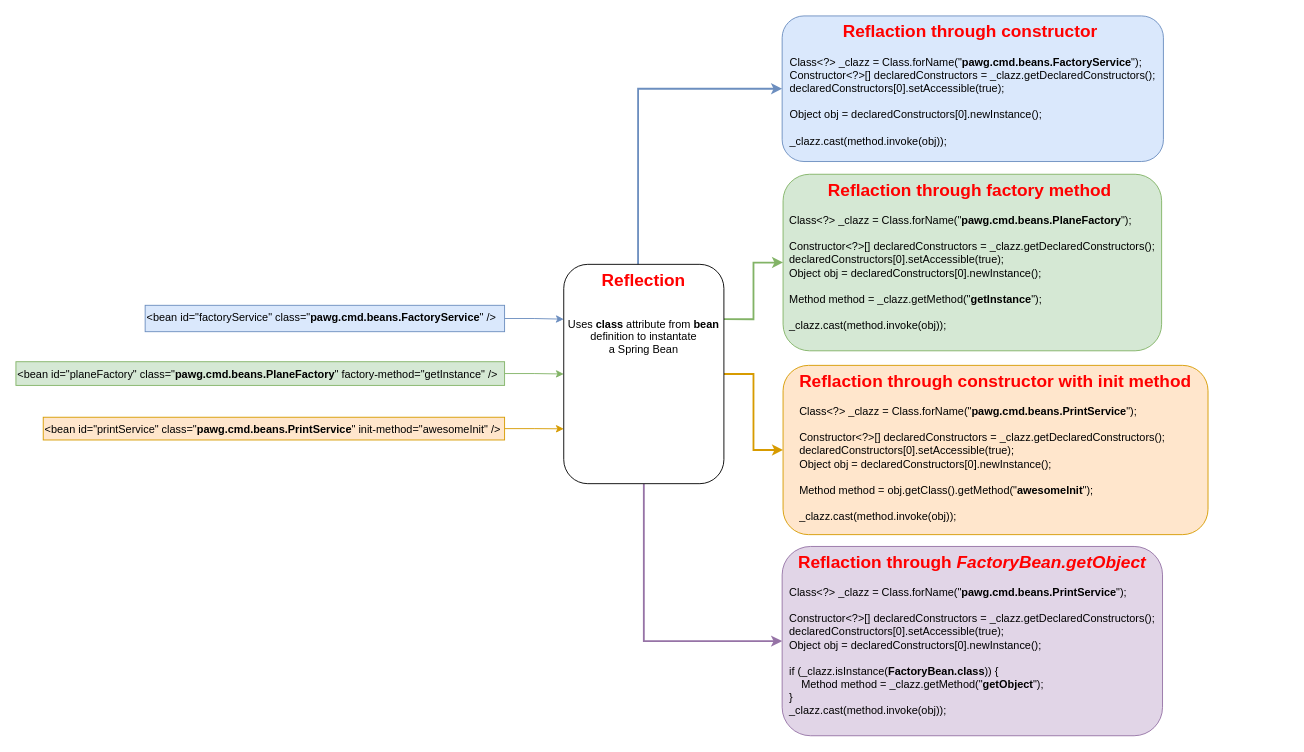
Earlier version of the draw.io diagram page "reflection" (7 of 7) of diagrams/spring.drawio (PreCyz/spring-and-boot-auto-configurer). Source tidied: cells renumbered, new cells numbered last; positions are measured from the earlier drawing's top-left corner, leaving out a move shared by most shapes. Both pictures are drawn from the tidied source at 91%, with x=0, y=0 at pixel (15, 15).
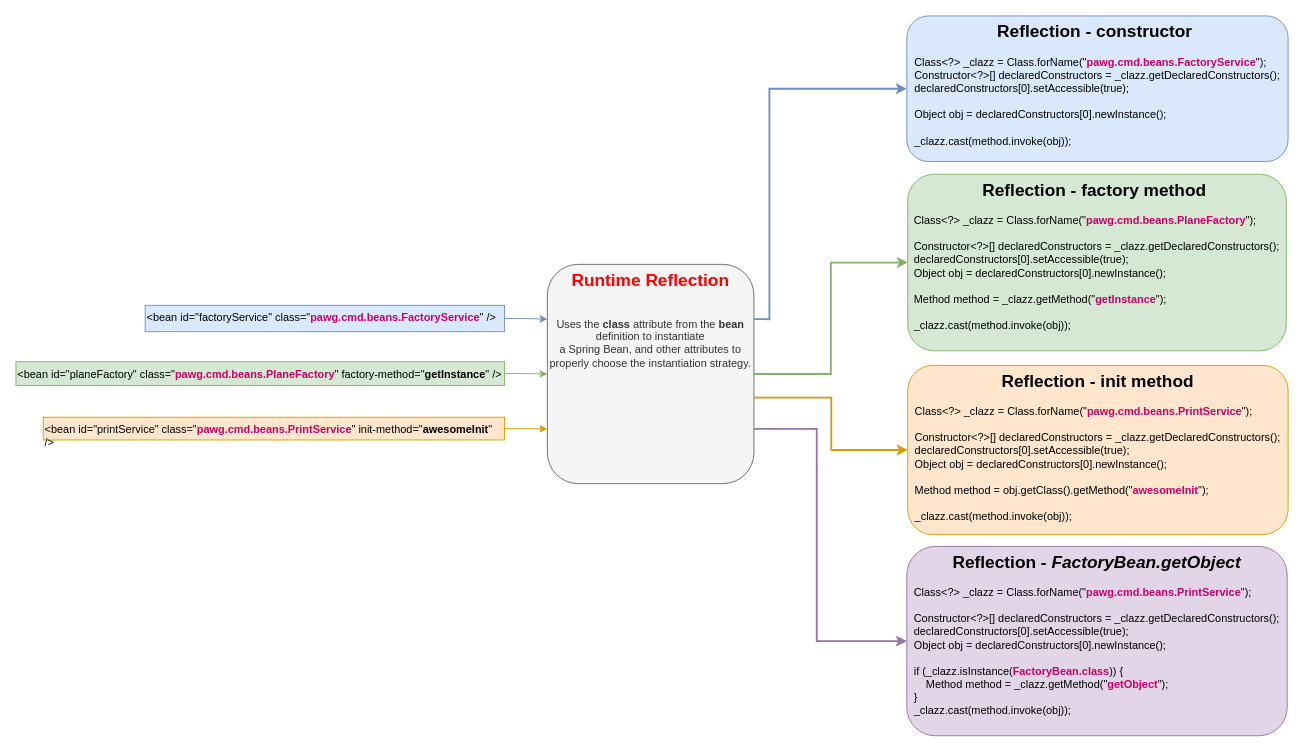
Above is the later version.

Change to the diagram source:
```diff
@@
-    <mxCell id="3" value="&lt;div&gt;&lt;span style=&quot;background-color: transparent; color: light-dark(rgb(0, 0, 0), rgb(255, 255, 255));&quot;&gt;&amp;lt;bean id=&quot;planeFactory&quot; class=&quot;&lt;/span&gt;&lt;b style=&quot;background-color: transparent; color: light-dark(rgb(0, 0, 0), rgb(255, 255, 255));&quot;&gt;pawg.cmd.beans.PlaneFactory&lt;/b&gt;&lt;span style=&quot;background-color: transparent; color: light-dark(rgb(0, 0, 0), rgb(255, 255, 255));&quot;&gt;&quot; factory-method=&quot;getInstance&quot; /&amp;gt;&lt;/span&gt;&lt;/div&gt;" style="text;html=1;align=left;verticalAlign=top;whiteSpace=wrap;rounded=0;fillColor=#d5e8d4;strokeColor=#82b366;" parent="1" vertex="1">
+    <mxCell id="3" value="&lt;div&gt;&lt;span style=&quot;background-color: transparent; color: light-dark(rgb(0, 0, 0), rgb(255, 255, 255));&quot;&gt;&amp;lt;bean id=&quot;planeFactory&quot; class=&quot;&lt;/span&gt;&lt;b style=&quot;background-color: transparent;&quot;&gt;&lt;font style=&quot;color: light-dark(rgb(204, 0, 102), rgb(255, 255, 255));&quot;&gt;pawg.cmd.beans.PlaneFactory&lt;/font&gt;&lt;/b&gt;&lt;span style=&quot;background-color: transparent; color: light-dark(rgb(0, 0, 0), rgb(255, 255, 255));&quot;&gt;&quot; factory-method=&quot;&lt;b&gt;getInstance&lt;/b&gt;&quot; /&amp;gt;&lt;/span&gt;&lt;/div&gt;" style="text;html=1;align=left;verticalAlign=top;whiteSpace=wrap;rounded=0;fillColor=#d5e8d4;strokeColor=#82b366;" parent="1" vertex="1">
       <mxGeometry y="380" width="537" height="26" as="geometry" />
     </mxCell>
-    <mxCell id="4" style="edgeStyle=orthogonalEdgeStyle;rounded=0;jettySize=auto;html=1;exitX=0.464;exitY=0.004;exitDx=0;exitDy=0;entryX=0;entryY=0.5;entryDx=0;entryDy=0;exitPerimeter=0;fillColor=#dae8fc;strokeColor=#6c8ebf;strokeWidth=2;" parent="1" edge="1" source="8" target="13">
-      <mxGeometry relative="1" as="geometry" />
+    <mxCell id="4" style="edgeStyle=orthogonalEdgeStyle;rounded=0;jettySize=auto;html=1;exitX=1;exitY=0.25;exitDx=0;exitDy=0;entryX=0;entryY=0.5;entryDx=0;entryDy=0;fillColor=#dae8fc;strokeColor=#6c8ebf;strokeWidth=2;" parent="1" edge="1" source="8" target="13">
+      <mxGeometry relative="1" as="geometry">
+        <Array as="points">
+          <mxPoint x="828" y="333" />
+          <mxPoint x="828" y="80" />
+        </Array>
+      </mxGeometry>
     </mxCell>
-    <mxCell id="5" style="edgeStyle=orthogonalEdgeStyle;rounded=0;jettySize=auto;html=1;exitX=1;exitY=0.25;exitDx=0;exitDy=0;entryX=0;entryY=0.5;entryDx=0;entryDy=0;fillColor=#d5e8d4;strokeColor=#82b366;strokeWidth=2;" parent="1" edge="1" source="8" target="14">
+    <mxCell id="5" style="edgeStyle=orthogonalEdgeStyle;rounded=0;jettySize=auto;html=1;exitX=1;exitY=0.5;exitDx=0;exitDy=0;entryX=0;entryY=0.5;entryDx=0;entryDy=0;fillColor=#d5e8d4;strokeColor=#82b366;strokeWidth=2;" parent="1" edge="1" source="8" target="14">
       <mxGeometry relative="1" as="geometry" />
     </mxCell>
-    <mxCell id="6" style="edgeStyle=orthogonalEdgeStyle;rounded=0;jettySize=auto;html=1;exitX=1;exitY=0.5;exitDx=0;exitDy=0;fillColor=#ffe6cc;strokeColor=#d79b00;strokeWidth=2;" parent="1" edge="1" source="8" target="15">
-      <mxGeometry relative="1" as="geometry" />
+    <mxCell id="6" style="edgeStyle=orthogonalEdgeStyle;rounded=0;jettySize=auto;html=1;exitX=1.001;exitY=0.608;exitDx=0;exitDy=0;fillColor=#ffe6cc;strokeColor=#d79b00;strokeWidth=2;exitPerimeter=0;" parent="1" edge="1" source="8" target="15">
+      <mxGeometry relative="1" as="geometry">
+        <Array as="points">
+          <mxPoint x="896" y="420" />
+          <mxPoint x="896" y="477" />
+        </Array>
+      </mxGeometry>
     </mxCell>
-    <mxCell id="7" style="edgeStyle=orthogonalEdgeStyle;rounded=0;jettySize=auto;html=1;exitX=0.5;exitY=1;exitDx=0;exitDy=0;entryX=0;entryY=0.5;entryDx=0;entryDy=0;fillColor=#e1d5e7;strokeColor=#9673a6;strokeWidth=2;" parent="1" edge="1" source="8" target="16">
-      <mxGeometry relative="1" as="geometry" />
+    <mxCell id="7" style="edgeStyle=orthogonalEdgeStyle;rounded=0;jettySize=auto;html=1;exitX=1;exitY=0.75;exitDx=0;exitDy=0;entryX=0;entryY=0.5;entryDx=0;entryDy=0;fillColor=#e1d5e7;strokeColor=#9673a6;strokeWidth=2;" parent="1" edge="1" source="8" target="16">
+      <mxGeometry relative="1" as="geometry">
+        <Array as="points">
+          <mxPoint x="880" y="454" />
+          <mxPoint x="880" y="687" />
+        </Array>
+      </mxGeometry>
     </mxCell>
-    <mxCell id="8" value="&lt;b&gt;&lt;font style=&quot;font-size: 19px; color: rgb(255, 0, 0);&quot;&gt;Reflection&lt;/font&gt;&lt;/b&gt;&lt;div&gt;&lt;br&gt;&lt;/div&gt;&lt;div&gt;&lt;br&gt;&lt;/div&gt;&lt;div&gt;Uses &lt;b&gt;class&lt;/b&gt; attribute from &lt;b&gt;bean&lt;/b&gt; definition to instantate&lt;/div&gt;&lt;div&gt;a Spring Bean&lt;/div&gt;" style="rounded=1;whiteSpace=wrap;html=1;verticalAlign=top;" parent="1" vertex="1">
-      <mxGeometry x="602" y="273" width="176" height="241" as="geometry" />
+    <mxCell id="8" value="&lt;b&gt;&lt;font style=&quot;font-size: 19px; color: rgb(255, 0, 0);&quot;&gt;Runtime Reflection&lt;/font&gt;&lt;/b&gt;&lt;div&gt;&lt;br&gt;&lt;/div&gt;&lt;div&gt;&lt;br&gt;&lt;/div&gt;&lt;div&gt;Uses the&amp;nbsp;&lt;b&gt;class&lt;/b&gt; attribute from the&amp;nbsp;&lt;b&gt;bean&lt;/b&gt; definition to instantiate&lt;/div&gt;&lt;div&gt;a Spring Bean, and other attributes to properly choose the instantiation strategy.&lt;/div&gt;" style="rounded=1;whiteSpace=wrap;html=1;verticalAlign=top;fillColor=#f5f5f5;fontColor=#333333;strokeColor=#666666;" parent="1" vertex="1">
+      <mxGeometry x="584" y="273" width="227" height="241" as="geometry" />
     </mxCell>
@@
-    <mxCell id="10" value="&lt;div&gt;&amp;lt;bean id=&quot;factoryService&quot; class=&quot;&lt;b&gt;pawg.cmd.beans.FactoryService&lt;/b&gt;&quot; /&amp;gt;&lt;/div&gt;" style="text;html=1;align=left;verticalAlign=top;whiteSpace=wrap;rounded=0;fillColor=#dae8fc;strokeColor=#6c8ebf;" parent="1" vertex="1">
+    <mxCell id="10" value="&lt;div&gt;&amp;lt;bean id=&quot;factoryService&quot; class=&quot;&lt;b&gt;&lt;font style=&quot;color: rgb(204, 0, 102);&quot;&gt;pawg.cmd.beans.FactoryService&lt;/font&gt;&lt;/b&gt;&quot; /&amp;gt;&lt;/div&gt;" style="text;html=1;align=left;verticalAlign=top;whiteSpace=wrap;rounded=0;fillColor=#dae8fc;strokeColor=#6c8ebf;" parent="1" vertex="1">
       <mxGeometry x="142" y="318" width="395" height="29" as="geometry" />
     </mxCell>
@@
-    <mxCell id="12" value="&lt;div&gt;&lt;span style=&quot;background-color: transparent; color: light-dark(rgb(0, 0, 0), rgb(255, 255, 255));&quot;&gt;&amp;lt;bean id=&quot;printService&quot; class=&quot;&lt;/span&gt;&lt;b style=&quot;background-color: transparent; color: light-dark(rgb(0, 0, 0), rgb(255, 255, 255));&quot;&gt;pawg.cmd.beans.PrintService&lt;/b&gt;&lt;span style=&quot;background-color: transparent; color: light-dark(rgb(0, 0, 0), rgb(255, 255, 255));&quot;&gt;&quot; init-method=&quot;awesomeInit&quot; /&amp;gt;&lt;/span&gt;&lt;/div&gt;" style="text;html=1;align=left;verticalAlign=top;whiteSpace=wrap;rounded=0;fillColor=#ffe6cc;strokeColor=#d79b00;" parent="1" vertex="1">
+    <mxCell id="12" value="&lt;div&gt;&lt;span style=&quot;background-color: transparent; color: light-dark(rgb(0, 0, 0), rgb(255, 255, 255));&quot;&gt;&amp;lt;bean id=&quot;printService&quot; class=&quot;&lt;/span&gt;&lt;b style=&quot;background-color: transparent;&quot;&gt;&lt;font style=&quot;color: light-dark(rgb(204, 0, 102), rgb(255, 255, 255));&quot;&gt;pawg.cmd.beans.PrintService&lt;/font&gt;&lt;/b&gt;&lt;span style=&quot;background-color: transparent; color: light-dark(rgb(0, 0, 0), rgb(255, 255, 255));&quot;&gt;&quot; init-method=&quot;&lt;b&gt;awesomeInit&lt;/b&gt;&quot; /&amp;gt;&lt;/span&gt;&lt;/div&gt;" style="text;html=1;align=left;verticalAlign=top;whiteSpace=wrap;rounded=0;fillColor=#ffe6cc;strokeColor=#d79b00;" parent="1" vertex="1">
       <mxGeometry x="30" y="441" width="507" height="25" as="geometry" />
     </mxCell>
-    <mxCell id="13" value="&lt;b&gt;&lt;font style=&quot;font-size: 19px; color: rgb(255, 0, 0);&quot;&gt;Reflaction through constructor&amp;nbsp;&lt;/font&gt;&lt;/b&gt;&lt;div&gt;&lt;br&gt;&lt;/div&gt;&lt;div&gt;&lt;div style=&quot;text-align: left;&quot;&gt;Class&amp;lt;?&amp;gt; _clazz = Class.forName(&quot;&lt;b&gt;pawg.cmd.beans.FactoryService&lt;/b&gt;&quot;);&lt;/div&gt;&lt;div style=&quot;text-align: left;&quot;&gt;Constructor&amp;lt;?&amp;gt;[] declaredConstructors = _clazz.getDeclaredConstructors();&lt;/div&gt;&lt;div style=&quot;text-align: left;&quot;&gt;declaredConstructors[0].setAccessible(true);&lt;/div&gt;&lt;div style=&quot;text-align: left;&quot;&gt;&lt;br&gt;&lt;/div&gt;&lt;div style=&quot;text-align: left;&quot;&gt;Object obj = declaredConstructors[0].newInstance();&lt;/div&gt;&lt;div style=&quot;text-align: left;&quot;&gt;&lt;br&gt;&lt;/div&gt;&lt;div style=&quot;text-align: left;&quot;&gt;_clazz.cast(method.invoke(obj));&lt;/div&gt;&lt;/div&gt;" style="rounded=1;whiteSpace=wrap;html=1;verticalAlign=top;fillColor=#dae8fc;strokeColor=#6c8ebf;" parent="1" vertex="1">
-      <mxGeometry x="842" width="419" height="160" as="geometry" />
+    <mxCell id="13" value="&lt;b&gt;&lt;font style=&quot;font-size: 19px; color: rgb(0, 0, 0);&quot;&gt;Reflection - constructor&lt;/font&gt;&lt;font style=&quot;font-size: 19px; color: rgb(255, 0, 0);&quot;&gt;&amp;nbsp;&lt;/font&gt;&lt;/b&gt;&lt;div&gt;&lt;br&gt;&lt;/div&gt;&lt;div&gt;&lt;div style=&quot;text-align: left;&quot;&gt;Class&amp;lt;?&amp;gt; _clazz = Class.forName(&quot;&lt;b&gt;&lt;font style=&quot;color: rgb(204, 0, 102);&quot;&gt;pawg.cmd.beans.FactoryService&lt;/font&gt;&lt;/b&gt;&quot;);&lt;/div&gt;&lt;div style=&quot;text-align: left;&quot;&gt;Constructor&amp;lt;?&amp;gt;[] declaredConstructors = _clazz.getDeclaredConstructors();&lt;/div&gt;&lt;div style=&quot;text-align: left;&quot;&gt;declaredConstructors[0].setAccessible(true);&lt;/div&gt;&lt;div style=&quot;text-align: left;&quot;&gt;&lt;br&gt;&lt;/div&gt;&lt;div style=&quot;text-align: left;&quot;&gt;Object obj = declaredConstructors[0].newInstance();&lt;/div&gt;&lt;div style=&quot;text-align: left;&quot;&gt;&lt;br&gt;&lt;/div&gt;&lt;div style=&quot;text-align: left;&quot;&gt;_clazz.cast(method.invoke(obj));&lt;/div&gt;&lt;/div&gt;" style="rounded=1;whiteSpace=wrap;html=1;verticalAlign=top;fillColor=#dae8fc;strokeColor=#6c8ebf;" parent="1" vertex="1">
+      <mxGeometry x="979" width="419" height="160" as="geometry" />
     </mxCell>
-    <mxCell id="14" value="&lt;b&gt;&lt;font style=&quot;font-size: 19px; color: rgb(255, 0, 0);&quot;&gt;Reflaction through factory method&amp;nbsp;&lt;/font&gt;&lt;/b&gt;&lt;div&gt;&lt;br&gt;&lt;/div&gt;&lt;div&gt;&lt;div style=&quot;text-align: left;&quot;&gt;&lt;div&gt;Class&amp;lt;?&amp;gt; _clazz = Class.forName(&quot;&lt;b style=&quot;color: light-dark(rgb(0, 0, 0), rgb(255, 255, 255)); background-color: transparent;&quot;&gt;pawg.cmd.beans.PlaneFactory&lt;/b&gt;&quot;);&lt;/div&gt;&lt;div&gt;&lt;div&gt;&lt;br&gt;&lt;/div&gt;&lt;div&gt;Constructor&amp;lt;?&amp;gt;[] declaredConstructors = _clazz.getDeclaredConstructors();&lt;/div&gt;&lt;div&gt;declaredConstructors[0].setAccessible(true);&lt;/div&gt;&lt;div&gt;Object obj = declaredConstructors[0].newInstance();&lt;/div&gt;&lt;/div&gt;&lt;div&gt;&lt;br&gt;&lt;/div&gt;&lt;div&gt;Method method = _clazz.getMethod(&quot;&lt;b&gt;getInstance&lt;/b&gt;&quot;);&lt;/div&gt;&lt;div&gt;&lt;br&gt;&lt;/div&gt;&lt;div&gt;_clazz.cast(method.invoke(obj));&lt;/div&gt;&lt;/div&gt;&lt;/div&gt;" style="rounded=1;whiteSpace=wrap;html=1;verticalAlign=top;fillColor=#d5e8d4;strokeColor=#82b366;" parent="1" vertex="1">
-      <mxGeometry x="843" y="174" width="416" height="194" as="geometry" />
+    <mxCell id="14" value="&lt;b&gt;&lt;font style=&quot;font-size: 19px; color: rgb(0, 0, 0);&quot;&gt;Reflection - factory method&lt;/font&gt;&lt;font style=&quot;font-size: 19px; color: rgb(255, 0, 0);&quot;&gt;&amp;nbsp;&lt;/font&gt;&lt;/b&gt;&lt;div&gt;&lt;br&gt;&lt;/div&gt;&lt;div&gt;&lt;div style=&quot;text-align: left;&quot;&gt;&lt;div&gt;Class&amp;lt;?&amp;gt; _clazz = Class.forName(&quot;&lt;b style=&quot;background-color: transparent;&quot;&gt;&lt;font style=&quot;color: light-dark(rgb(204, 0, 102), rgb(255, 255, 255));&quot;&gt;pawg.cmd.beans.PlaneFactory&lt;/font&gt;&lt;/b&gt;&quot;);&lt;/div&gt;&lt;div&gt;&lt;div&gt;&lt;br&gt;&lt;/div&gt;&lt;div&gt;Constructor&amp;lt;?&amp;gt;[] declaredConstructors = _clazz.getDeclaredConstructors();&lt;/div&gt;&lt;div&gt;declaredConstructors[0].setAccessible(true);&lt;/div&gt;&lt;div&gt;Object obj = declaredConstructors[0].newInstance();&lt;/div&gt;&lt;/div&gt;&lt;div&gt;&lt;br&gt;&lt;/div&gt;&lt;div&gt;Method method = _clazz.getMethod(&quot;&lt;b&gt;&lt;font style=&quot;color: rgb(204, 0, 102);&quot;&gt;getInstance&lt;/font&gt;&lt;/b&gt;&quot;);&lt;/div&gt;&lt;div&gt;&lt;br&gt;&lt;/div&gt;&lt;div&gt;_clazz.cast(method.invoke(obj));&lt;/div&gt;&lt;/div&gt;&lt;/div&gt;" style="rounded=1;whiteSpace=wrap;html=1;verticalAlign=top;fillColor=#d5e8d4;strokeColor=#82b366;" parent="1" vertex="1">
+      <mxGeometry x="980" y="174" width="416" height="194" as="geometry" />
     </mxCell>
-    <mxCell id="15" value="&lt;b&gt;&lt;font style=&quot;font-size: 19px; color: rgb(255, 0, 0);&quot;&gt;Reflaction through constructor with init method&lt;/font&gt;&lt;/b&gt;&lt;div&gt;&lt;br&gt;&lt;/div&gt;&lt;div&gt;&lt;div style=&quot;text-align: left;&quot;&gt;&lt;div&gt;Class&amp;lt;?&amp;gt; _clazz = Class.forName(&quot;&lt;b style=&quot;color: light-dark(rgb(0, 0, 0), rgb(255, 255, 255)); background-color: transparent;&quot;&gt;pawg.cmd.beans.PrintService&lt;/b&gt;&quot;);&lt;/div&gt;&lt;div&gt;&lt;br&gt;&lt;/div&gt;&lt;div&gt;Constructor&amp;lt;?&amp;gt;[] declaredConstructors = _clazz.getDeclaredConstructors();&lt;/div&gt;&lt;div&gt;declaredConstructors[0].setAccessible(true);&lt;/div&gt;&lt;div&gt;Object obj = declaredConstructors[0].newInstance();&lt;/div&gt;&lt;div&gt;&lt;br&gt;&lt;/div&gt;&lt;div&gt;Method method = obj.getClass().getMethod(&quot;&lt;b&gt;awesomeInit&lt;/b&gt;&quot;);&lt;/div&gt;&lt;div&gt;&lt;br&gt;&lt;/div&gt;&lt;div&gt;_clazz.cast(method.invoke(obj));&lt;/div&gt;&lt;/div&gt;&lt;/div&gt;" style="rounded=1;whiteSpace=wrap;html=1;verticalAlign=top;fillColor=#ffe6cc;strokeColor=#d79b00;" parent="1" vertex="1">
-      <mxGeometry x="843" y="384" width="467" height="186" as="geometry" />
+    <mxCell id="15" value="&lt;b&gt;&lt;font style=&quot;font-size: 19px; color: rgb(0, 0, 0);&quot;&gt;Reflection - init method&lt;/font&gt;&lt;/b&gt;&lt;div&gt;&lt;br&gt;&lt;/div&gt;&lt;div&gt;&lt;div style=&quot;text-align: left;&quot;&gt;&lt;div&gt;Class&amp;lt;?&amp;gt; _clazz = Class.forName(&quot;&lt;b style=&quot;background-color: transparent;&quot;&gt;&lt;font style=&quot;color: light-dark(rgb(204, 0, 102), rgb(255, 255, 255));&quot;&gt;pawg.cmd.beans.PrintService&lt;/font&gt;&lt;/b&gt;&quot;);&lt;/div&gt;&lt;div&gt;&lt;br&gt;&lt;/div&gt;&lt;div&gt;Constructor&amp;lt;?&amp;gt;[] declaredConstructors = _clazz.getDeclaredConstructors();&lt;/div&gt;&lt;div&gt;declaredConstructors[0].setAccessible(true);&lt;/div&gt;&lt;div&gt;Object obj = declaredConstructors[0].newInstance();&lt;/div&gt;&lt;div&gt;&lt;br&gt;&lt;/div&gt;&lt;div&gt;Method method = obj.getClass().getMethod(&quot;&lt;b&gt;&lt;font style=&quot;color: rgb(204, 0, 102);&quot;&gt;awesomeInit&lt;/font&gt;&lt;/b&gt;&quot;);&lt;/div&gt;&lt;div&gt;&lt;br&gt;&lt;/div&gt;&lt;div&gt;_clazz.cast(method.invoke(obj));&lt;/div&gt;&lt;/div&gt;&lt;/div&gt;" style="rounded=1;whiteSpace=wrap;html=1;verticalAlign=top;fillColor=#ffe6cc;strokeColor=#d79b00;" parent="1" vertex="1">
+      <mxGeometry x="980" y="384" width="418" height="186" as="geometry" />
     </mxCell>
-    <mxCell id="16" value="&lt;b&gt;&lt;font style=&quot;font-size: 19px; color: rgb(255, 0, 0);&quot;&gt;Reflaction through &lt;i&gt;FactoryBean.getObject&lt;/i&gt;&lt;/font&gt;&lt;/b&gt;&lt;div&gt;&lt;br&gt;&lt;/div&gt;&lt;div&gt;&lt;div style=&quot;text-align: left;&quot;&gt;&lt;div&gt;Class&amp;lt;?&amp;gt; _clazz = Class.forName(&quot;&lt;b style=&quot;color: light-dark(rgb(0, 0, 0), rgb(255, 255, 255)); background-color: transparent;&quot;&gt;pawg.cmd.beans.PrintService&lt;/b&gt;&quot;);&lt;/div&gt;&lt;div&gt;&lt;div&gt;&lt;br&gt;&lt;/div&gt;&lt;div&gt;Constructor&amp;lt;?&amp;gt;[] declaredConstructors = _clazz.getDeclaredConstructors();&lt;/div&gt;&lt;div&gt;declaredConstructors[0].setAccessible(true);&lt;/div&gt;&lt;div&gt;Object obj = declaredConstructors[0].newInstance();&lt;/div&gt;&lt;/div&gt;&lt;div&gt;&lt;br&gt;&lt;/div&gt;&lt;div&gt;&lt;div&gt;if (_clazz.isInstance(&lt;b&gt;FactoryBean.class&lt;/b&gt;)) {&lt;/div&gt;&lt;div&gt;&lt;span style=&quot;background-color: transparent; color: light-dark(rgb(0, 0, 0), rgb(255, 255, 255));&quot;&gt;&amp;nbsp; &amp;nbsp; Method method = _clazz.getMethod(&quot;&lt;/span&gt;&lt;b style=&quot;background-color: transparent; color: light-dark(rgb(0, 0, 0), rgb(255, 255, 255));&quot;&gt;getObject&lt;/b&gt;&lt;span style=&quot;background-color: transparent; color: light-dark(rgb(0, 0, 0), rgb(255, 255, 255));&quot;&gt;&quot;);&lt;/span&gt;&lt;/div&gt;&lt;div&gt;}&lt;/div&gt;&lt;/div&gt;&lt;div&gt;&lt;span style=&quot;background-color: transparent; color: light-dark(rgb(0, 0, 0), rgb(255, 255, 255));&quot;&gt;_clazz.cast(method.invoke(obj));&lt;/span&gt;&lt;/div&gt;&lt;/div&gt;&lt;/div&gt;" style="rounded=1;whiteSpace=wrap;html=1;verticalAlign=top;fillColor=#e1d5e7;strokeColor=#9673a6;" parent="1" vertex="1">
-      <mxGeometry x="842" y="583" width="418" height="208" as="geometry" />
+    <mxCell id="16" value="&lt;b&gt;&lt;font style=&quot;font-size: 19px; color: rgb(0, 0, 0);&quot;&gt;Reflection - &lt;i style=&quot;&quot;&gt;FactoryBean.getObject&lt;/i&gt;&lt;/font&gt;&lt;/b&gt;&lt;div&gt;&lt;br&gt;&lt;/div&gt;&lt;div&gt;&lt;div style=&quot;text-align: left;&quot;&gt;&lt;div&gt;Class&amp;lt;?&amp;gt; _clazz = Class.forName(&quot;&lt;b style=&quot;background-color: transparent;&quot;&gt;&lt;font style=&quot;color: light-dark(rgb(204, 0, 102), rgb(255, 255, 255));&quot;&gt;pawg.cmd.beans.PrintService&lt;/font&gt;&lt;/b&gt;&quot;);&lt;/div&gt;&lt;div&gt;&lt;div&gt;&lt;br&gt;&lt;/div&gt;&lt;div&gt;Constructor&amp;lt;?&amp;gt;[] declaredConstructors = _clazz.getDeclaredConstructors();&lt;/div&gt;&lt;div&gt;declaredConstructors[0].setAccessible(true);&lt;/div&gt;&lt;div&gt;Object obj = declaredConstructors[0].newInstance();&lt;/div&gt;&lt;/div&gt;&lt;div&gt;&lt;br&gt;&lt;/div&gt;&lt;div&gt;&lt;div&gt;if (_clazz.isInstance(&lt;b&gt;&lt;font style=&quot;color: rgb(204, 0, 102);&quot;&gt;FactoryBean.class&lt;/font&gt;&lt;/b&gt;)) {&lt;/div&gt;&lt;div&gt;&lt;span style=&quot;background-color: transparent; color: light-dark(rgb(0, 0, 0), rgb(255, 255, 255));&quot;&gt;&amp;nbsp; &amp;nbsp; Method method = _clazz.getMethod(&quot;&lt;/span&gt;&lt;b style=&quot;background-color: transparent;&quot;&gt;&lt;font style=&quot;color: light-dark(rgb(204, 0, 102), rgb(255, 255, 255));&quot;&gt;getObject&lt;/font&gt;&lt;/b&gt;&lt;span style=&quot;background-color: transparent; color: light-dark(rgb(0, 0, 0), rgb(255, 255, 255));&quot;&gt;&quot;);&lt;/span&gt;&lt;/div&gt;&lt;div&gt;}&lt;/div&gt;&lt;/div&gt;&lt;div&gt;&lt;span style=&quot;background-color: transparent; color: light-dark(rgb(0, 0, 0), rgb(255, 255, 255));&quot;&gt;_clazz.cast(method.invoke(obj));&lt;/span&gt;&lt;/div&gt;&lt;/div&gt;&lt;/div&gt;" style="rounded=1;whiteSpace=wrap;html=1;verticalAlign=top;fillColor=#e1d5e7;strokeColor=#9673a6;" parent="1" vertex="1">
+      <mxGeometry x="979" y="583" width="418" height="208" as="geometry" />
     </mxCell>
```
